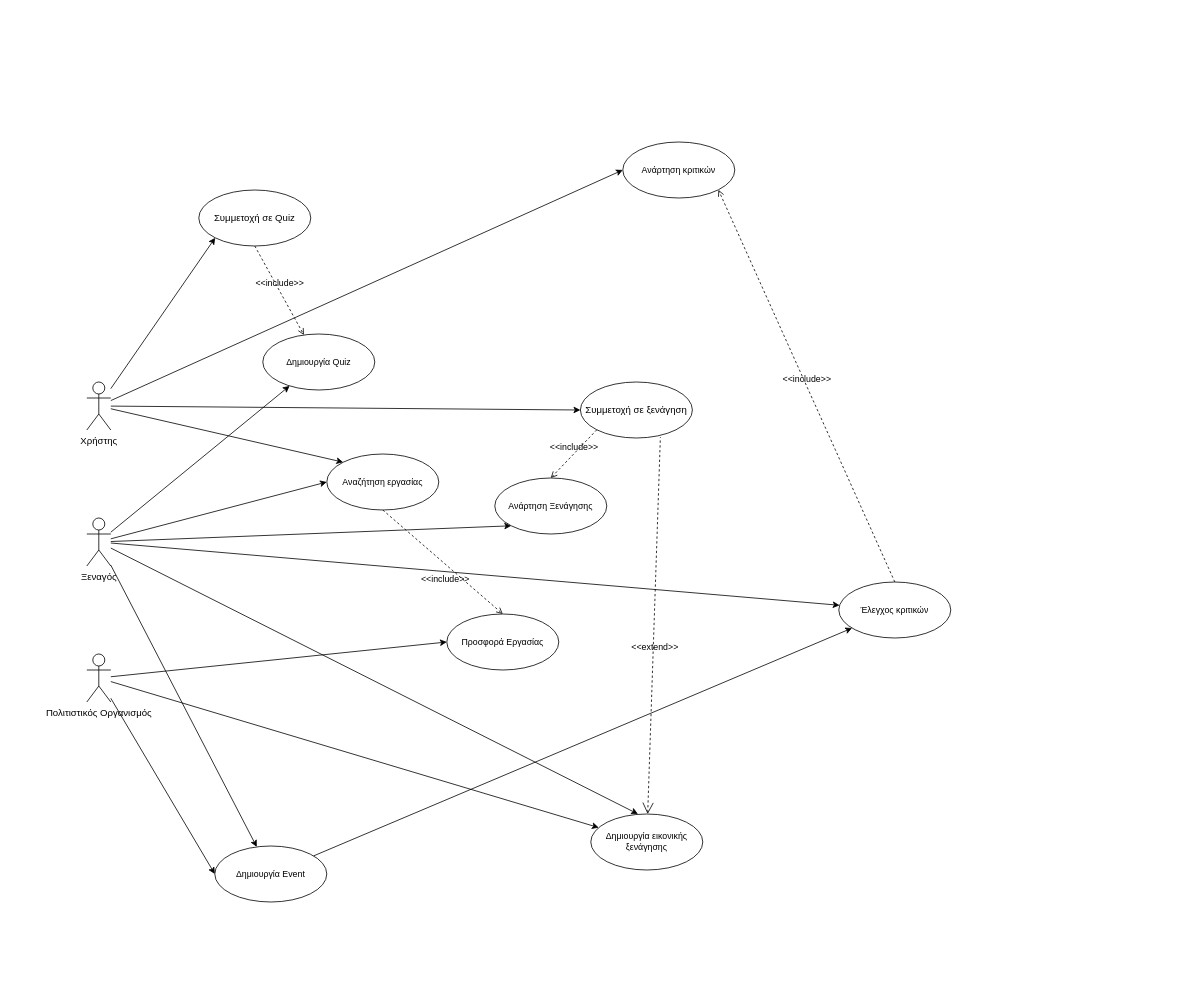
sfikastheo/CEID-SoftwareEngineering-2023 keeps this draw.io diagram as Phase-2/use-case-diagram.drawio. Above is the earlier version. Source tidied: cells renumbered, new cells numbered last; positions are measured from the earlier drawing's top-left corner, leaving out a move shared by most shapes. Both pictures are drawn from the tidied source at 80%, with x=0, y=0 at pixel (86, 142).
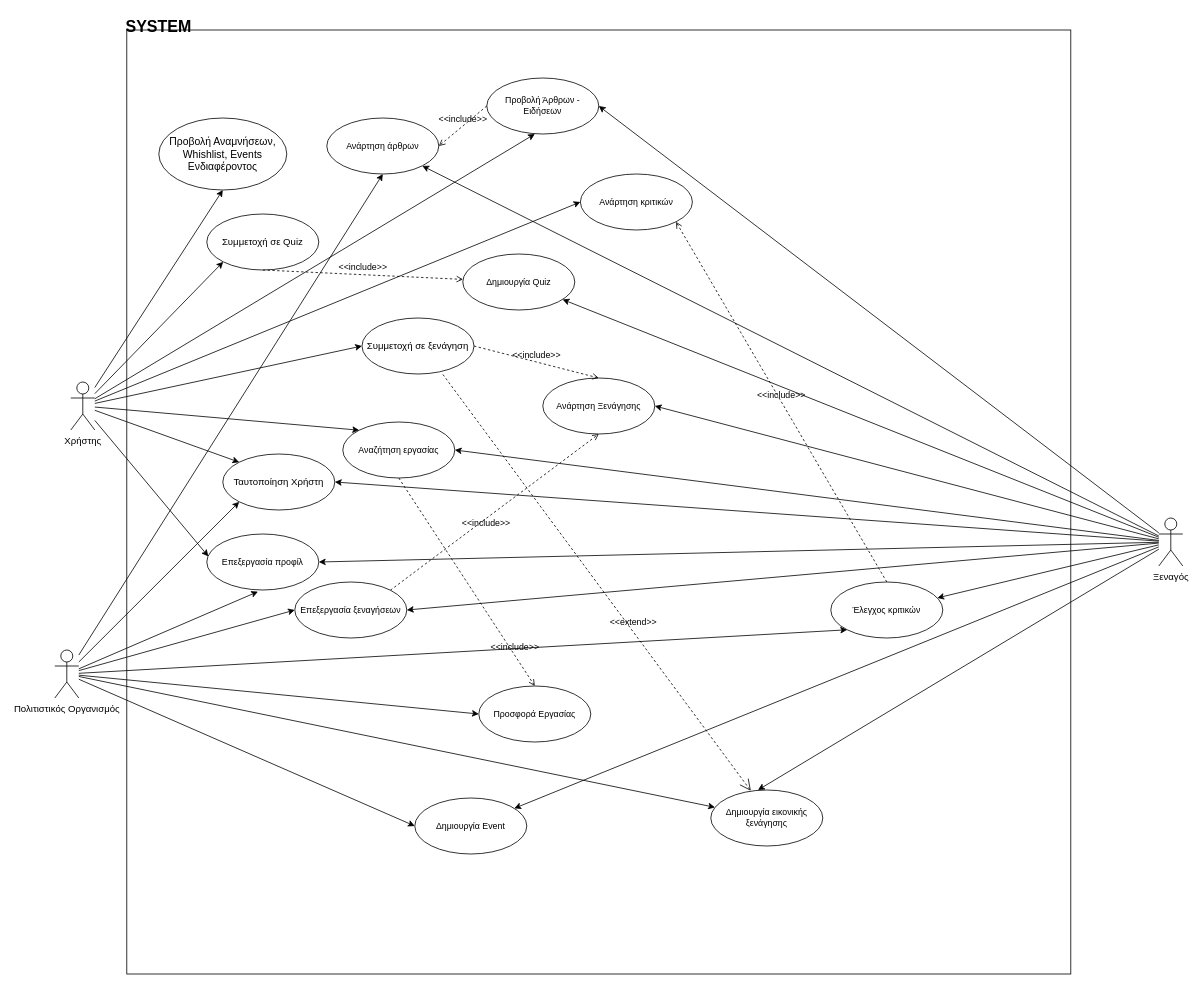
The same diagram, later.

Commit message:
Use case diagram raw

Diff of the diagram source:
```diff
@@
+    <mxCell id="35" style="whiteSpace=wrap;html=1;fontFamily=Helvetica;fontSize=11;fontColor=default;" parent="1" vertex="1">
+      <mxGeometry x="50" y="-140" width="1180" height="1180" as="geometry" />
+    </mxCell>
@@
+    <mxCell id="36" style="rounded=0;jettySize=auto;html=1;entryX=0;entryY=0;entryDx=0;entryDy=0;" parent="1" edge="1" source="6" target="50">
+      <mxGeometry relative="1" as="geometry" />
+    </mxCell>
+    <mxCell id="37" style="edgeStyle=none;shape=connector;rounded=0;jettySize=auto;html=1;entryX=0.014;entryY=0.4;entryDx=0;entryDy=0;entryPerimeter=0;labelBackgroundColor=default;strokeColor=default;fontFamily=Helvetica;fontSize=11;fontColor=default;endArrow=classic;" parent="1" edge="1" source="6" target="51">
+      <mxGeometry relative="1" as="geometry" />
+    </mxCell>
+    <mxCell id="38" style="edgeStyle=none;shape=connector;rounded=0;jettySize=auto;html=1;entryX=0.5;entryY=1;entryDx=0;entryDy=0;labelBackgroundColor=default;strokeColor=default;fontFamily=Helvetica;fontSize=11;fontColor=default;endArrow=classic;" parent="1" edge="1" source="6" target="52">
+      <mxGeometry relative="1" as="geometry" />
+    </mxCell>
+    <mxCell id="39" style="edgeStyle=none;shape=connector;rounded=0;jettySize=auto;html=1;entryX=0.429;entryY=1;entryDx=0;entryDy=0;labelBackgroundColor=default;strokeColor=default;fontFamily=Helvetica;fontSize=11;fontColor=default;endArrow=classic;entryPerimeter=0;" parent="1" edge="1" source="6" target="55">
+      <mxGeometry relative="1" as="geometry" />
+    </mxCell>
     <mxCell id="6" value="Χρήστης" style="shape=umlActor;verticalLabelPosition=bottom;verticalAlign=top;html=1;outlineConnect=0;" parent="1" vertex="1">
-      <mxGeometry y="300" width="30" height="60" as="geometry" />
+      <mxGeometry x="-20" y="300" width="30" height="60" as="geometry" />
     </mxCell>
-    <mxCell id="7" style="edgeStyle=none;shape=connector;rounded=0;jettySize=auto;html=1;entryX=0;entryY=0.5;entryDx=0;entryDy=0;labelBackgroundColor=default;strokeColor=default;fontFamily=Helvetica;fontSize=11;fontColor=default;endArrow=classic;" parent="1" edge="1" source="13" target="20">
+    <mxCell id="7" style="edgeStyle=none;shape=connector;rounded=0;jettySize=auto;html=1;entryX=1;entryY=0.5;entryDx=0;entryDy=0;labelBackgroundColor=default;strokeColor=default;fontFamily=Helvetica;fontSize=11;fontColor=default;endArrow=classic;" parent="1" edge="1" source="13" target="20">
       <mxGeometry relative="1" as="geometry" />
     </mxCell>
@@
-    <mxCell id="12" style="edgeStyle=none;shape=connector;rounded=0;jettySize=auto;html=1;entryX=0;entryY=1;entryDx=0;entryDy=0;labelBackgroundColor=default;strokeColor=default;fontFamily=Helvetica;fontSize=11;fontColor=default;endArrow=classic;" parent="1" edge="1" source="13" target="33">
+    <mxCell id="12" style="edgeStyle=none;shape=connector;rounded=0;jettySize=auto;html=1;entryX=1;entryY=0.5;entryDx=0;entryDy=0;labelBackgroundColor=default;strokeColor=default;fontFamily=Helvetica;fontSize=11;fontColor=default;endArrow=classic;" parent="1" edge="1" source="13" target="33">
       <mxGeometry relative="1" as="geometry" />
     </mxCell>
+    <mxCell id="40" style="edgeStyle=none;shape=connector;rounded=0;jettySize=auto;html=1;entryX=1;entryY=0.5;entryDx=0;entryDy=0;labelBackgroundColor=default;strokeColor=default;fontFamily=Helvetica;fontSize=11;fontColor=default;endArrow=classic;" parent="1" edge="1" source="13" target="50">
+      <mxGeometry relative="1" as="geometry" />
+    </mxCell>
+    <mxCell id="41" style="edgeStyle=none;shape=connector;rounded=0;jettySize=auto;html=1;entryX=1;entryY=0.5;entryDx=0;entryDy=0;labelBackgroundColor=default;strokeColor=default;fontFamily=Helvetica;fontSize=11;fontColor=default;endArrow=classic;" parent="1" edge="1" source="13" target="51">
+      <mxGeometry relative="1" as="geometry" />
+    </mxCell>
+    <mxCell id="42" style="edgeStyle=none;shape=connector;rounded=0;jettySize=auto;html=1;entryX=1;entryY=0.5;entryDx=0;entryDy=0;labelBackgroundColor=default;strokeColor=default;fontFamily=Helvetica;fontSize=11;fontColor=default;endArrow=classic;" parent="1" edge="1" source="13" target="53">
+      <mxGeometry relative="1" as="geometry" />
+    </mxCell>
+    <mxCell id="43" style="edgeStyle=none;shape=connector;rounded=0;jettySize=auto;html=1;entryX=1;entryY=0.5;entryDx=0;entryDy=0;labelBackgroundColor=default;strokeColor=default;fontFamily=Helvetica;fontSize=11;fontColor=default;endArrow=classic;" parent="1" edge="1" source="13" target="55">
+      <mxGeometry relative="1" as="geometry" />
+    </mxCell>
+    <mxCell id="44" style="edgeStyle=none;shape=connector;rounded=0;jettySize=auto;html=1;labelBackgroundColor=default;strokeColor=default;fontFamily=Helvetica;fontSize=11;fontColor=default;endArrow=classic;" parent="1" edge="1" source="13" target="56">
+      <mxGeometry relative="1" as="geometry" />
+    </mxCell>
     <mxCell id="13" value="Ξεναγός" style="shape=umlActor;verticalLabelPosition=bottom;verticalAlign=top;html=1;outlineConnect=0;" parent="1" vertex="1">
-      <mxGeometry y="470" width="30" height="60" as="geometry" />
+      <mxGeometry x="1340" y="470" width="30" height="60" as="geometry" />
     </mxCell>
@@
+    <mxCell id="45" style="edgeStyle=none;shape=connector;rounded=0;jettySize=auto;html=1;entryX=0;entryY=1;entryDx=0;entryDy=0;labelBackgroundColor=default;strokeColor=default;fontFamily=Helvetica;fontSize=11;fontColor=default;endArrow=classic;" parent="1" edge="1" source="17" target="50">
+      <mxGeometry relative="1" as="geometry" />
+    </mxCell>
+    <mxCell id="46" style="edgeStyle=none;shape=connector;rounded=0;jettySize=auto;html=1;entryX=0;entryY=1;entryDx=0;entryDy=0;labelBackgroundColor=default;strokeColor=default;fontFamily=Helvetica;fontSize=11;fontColor=default;endArrow=classic;" parent="1" edge="1" source="17" target="30">
+      <mxGeometry relative="1" as="geometry" />
+    </mxCell>
+    <mxCell id="47" style="edgeStyle=none;shape=connector;rounded=0;jettySize=auto;html=1;entryX=0.457;entryY=1.029;entryDx=0;entryDy=0;entryPerimeter=0;labelBackgroundColor=default;strokeColor=default;fontFamily=Helvetica;fontSize=11;fontColor=default;endArrow=classic;" parent="1" edge="1" source="17" target="51">
+      <mxGeometry relative="1" as="geometry" />
+    </mxCell>
+    <mxCell id="48" style="edgeStyle=none;shape=connector;rounded=0;jettySize=auto;html=1;entryX=0;entryY=0.5;entryDx=0;entryDy=0;labelBackgroundColor=default;strokeColor=default;fontFamily=Helvetica;fontSize=11;fontColor=default;endArrow=classic;" parent="1" edge="1" source="17" target="53">
+      <mxGeometry relative="1" as="geometry" />
+    </mxCell>
+    <mxCell id="49" style="edgeStyle=none;shape=connector;rounded=0;jettySize=auto;html=1;entryX=0.5;entryY=1;entryDx=0;entryDy=0;labelBackgroundColor=default;strokeColor=default;fontFamily=Helvetica;fontSize=11;fontColor=default;endArrow=classic;" parent="1" edge="1" source="17" target="56">
+      <mxGeometry relative="1" as="geometry" />
+    </mxCell>
     <mxCell id="17" value="&lt;div&gt;Πολιτιστικός Οργανισμός&lt;/div&gt;&lt;div&gt;&lt;br&gt;&lt;/div&gt;&lt;div&gt;&lt;br&gt;&lt;/div&gt;&lt;div&gt;&lt;br&gt;&lt;/div&gt;&lt;div&gt;&lt;br&gt;&lt;/div&gt;&lt;div&gt;&lt;br&gt;&lt;/div&gt;&lt;div&gt;&lt;br&gt;&lt;/div&gt;&lt;div&gt;&lt;br&gt;&lt;/div&gt;&lt;div&gt;&lt;br&gt;&lt;/div&gt;&lt;div&gt;&lt;br&gt;&lt;/div&gt;" style="shape=umlActor;verticalLabelPosition=bottom;verticalAlign=top;html=1;outlineConnect=0;" parent="1" vertex="1">
-      <mxGeometry y="640" width="30" height="60" as="geometry" />
+      <mxGeometry x="-40" y="635" width="30" height="60" as="geometry" />
     </mxCell>
     <mxCell id="18" value="Συμμετοχή σε ξενάγηση" style="ellipse;whiteSpace=wrap;html=1;" parent="1" vertex="1">
-      <mxGeometry x="617" y="300" width="140" height="70" as="geometry" />
+      <mxGeometry x="344" y="220" width="140" height="70" as="geometry" />
     </mxCell>
     <mxCell id="19" value="Συμμετοχή σε Quiz" style="ellipse;whiteSpace=wrap;html=1;" parent="1" vertex="1">
-      <mxGeometry x="140" y="60" width="140" height="70" as="geometry" />
+      <mxGeometry x="150" y="90" width="140" height="70" as="geometry" />
     </mxCell>
     <mxCell id="20" value="Αναζήτηση εργασίας" style="ellipse;whiteSpace=wrap;html=1;fontFamily=Helvetica;fontSize=11;fontColor=default;" parent="1" vertex="1">
-      <mxGeometry x="300" y="390" width="140" height="70" as="geometry" />
+      <mxGeometry x="320" y="350" width="140" height="70" as="geometry" />
     </mxCell>
     <mxCell id="21" value="Ανάρτηση κριτικών" style="ellipse;whiteSpace=wrap;html=1;fontFamily=Helvetica;fontSize=11;fontColor=default;" parent="1" vertex="1">
-      <mxGeometry x="670" width="140" height="70" as="geometry" />
+      <mxGeometry x="617" y="40" width="140" height="70" as="geometry" />
     </mxCell>
     <mxCell id="22" value="Δημιουργία εικονικής ξενάγησης" style="ellipse;whiteSpace=wrap;html=1;fontFamily=Helvetica;fontSize=11;fontColor=default;" parent="1" vertex="1">
-      <mxGeometry x="630" y="840" width="140" height="70" as="geometry" />
+      <mxGeometry x="780" y="810" width="140" height="70" as="geometry" />
     </mxCell>
-    <mxCell id="23" value="&amp;lt;&amp;lt;extend&amp;gt;&amp;gt;" style="edgeStyle=none;html=1;startArrow=open;endArrow=none;startSize=12;verticalAlign=bottom;dashed=1;labelBackgroundColor=none;rounded=0;strokeColor=default;fontFamily=Helvetica;fontSize=11;fontColor=default;shape=connector;entryX=0.714;entryY=0.986;entryDx=0;entryDy=0;entryPerimeter=0;" parent="1" edge="1" source="22" target="18">
-      <mxGeometry x="-0.15" y="-2" relative="1" as="geometry" />
+    <mxCell id="23" value="&amp;lt;&amp;lt;extend&amp;gt;&amp;gt;" style="edgeStyle=none;html=1;startArrow=open;endArrow=none;startSize=12;verticalAlign=bottom;dashed=1;labelBackgroundColor=none;rounded=0;strokeColor=default;fontFamily=Helvetica;fontSize=11;fontColor=default;shape=connector;entryX=0.714;entryY=0.986;entryDx=0;entryDy=0;entryPerimeter=0;exitX=0.357;exitY=0.014;exitDx=0;exitDy=0;exitPerimeter=0;" parent="1" edge="1" source="22" target="18">
+      <mxGeometry x="-0.23" y="-2" relative="1" as="geometry" />
     </mxCell>
-    <mxCell id="24" style="edgeStyle=none;shape=connector;rounded=0;jettySize=auto;html=1;labelBackgroundColor=default;strokeColor=default;fontFamily=Helvetica;fontSize=11;fontColor=default;endArrow=classic;" parent="1" edge="1" source="25" target="30">
-      <mxGeometry relative="1" as="geometry" />
-    </mxCell>
     <mxCell id="25" value="Δημιουργία Event" style="ellipse;whiteSpace=wrap;html=1;fontFamily=Helvetica;fontSize=11;fontColor=default;" parent="1" vertex="1">
-      <mxGeometry x="160" y="880" width="140" height="70" as="geometry" />
+      <mxGeometry x="410" y="820" width="140" height="70" as="geometry" />
     </mxCell>
     <mxCell id="26" value="Δημιουργία Quiz" style="ellipse;whiteSpace=wrap;html=1;fontFamily=Helvetica;fontSize=11;fontColor=default;" parent="1" vertex="1">
-      <mxGeometry x="220" y="240" width="140" height="70" as="geometry" />
+      <mxGeometry x="470" y="140" width="140" height="70" as="geometry" />
     </mxCell>
@@
     <mxCell id="28" value="Προσφορά Εργασίας" style="ellipse;whiteSpace=wrap;html=1;fontFamily=Helvetica;fontSize=11;fontColor=default;" parent="1" vertex="1">
-      <mxGeometry x="450" y="590" width="140" height="70" as="geometry" />
+      <mxGeometry x="490" y="680" width="140" height="70" as="geometry" />
     </mxCell>
     <mxCell id="29" value="&amp;lt;&amp;lt;include&amp;gt;&amp;gt;" style="edgeStyle=none;html=1;endArrow=open;verticalAlign=bottom;dashed=1;labelBackgroundColor=none;rounded=0;strokeColor=default;fontFamily=Helvetica;fontSize=11;fontColor=default;shape=connector;exitX=0.5;exitY=1;exitDx=0;exitDy=0;entryX=0.5;entryY=0;entryDx=0;entryDy=0;" parent="1" edge="1" source="20" target="28">
-      <mxGeometry x="0.23" y="-21" relative="1" as="geometry" />
+      <mxGeometry x="0.7" y="1" relative="1" as="geometry" />
     </mxCell>
     <mxCell id="30" value="Έλεγχος κριτικών" style="ellipse;whiteSpace=wrap;html=1;fontFamily=Helvetica;fontSize=11;fontColor=default;" parent="1" vertex="1">
-      <mxGeometry x="940" y="550" width="140" height="70" as="geometry" />
+      <mxGeometry x="930" y="550" width="140" height="70" as="geometry" />
     </mxCell>
@@
     <mxCell id="33" value="Ανάρτηση Ξενάγησης" style="ellipse;whiteSpace=wrap;html=1;fontFamily=Helvetica;fontSize=11;fontColor=default;" parent="1" vertex="1">
-      <mxGeometry x="510" y="420" width="140" height="70" as="geometry" />
+      <mxGeometry x="570" y="295" width="140" height="70" as="geometry" />
     </mxCell>
-    <mxCell id="34" value="&amp;lt;&amp;lt;include&amp;gt;&amp;gt;" style="edgeStyle=none;html=1;endArrow=open;verticalAlign=bottom;dashed=1;labelBackgroundColor=none;rounded=0;strokeColor=default;fontFamily=Helvetica;fontSize=11;fontColor=default;shape=connector;exitX=0;exitY=1;exitDx=0;exitDy=0;entryX=0.5;entryY=0;entryDx=0;entryDy=0;" parent="1" edge="1" source="18" target="33">
+    <mxCell id="34" value="&amp;lt;&amp;lt;include&amp;gt;&amp;gt;" style="edgeStyle=none;html=1;endArrow=open;verticalAlign=bottom;dashed=1;labelBackgroundColor=none;rounded=0;strokeColor=default;fontFamily=Helvetica;fontSize=11;fontColor=default;shape=connector;exitX=1;exitY=0.5;exitDx=0;exitDy=0;entryX=0.5;entryY=0;entryDx=0;entryDy=0;" parent="1" edge="1" source="18" target="33">
       <mxGeometry relative="1" as="geometry" />
     </mxCell>
+    <mxCell id="50" value="Ταυτοποίηση Χρήστη" style="ellipse;whiteSpace=wrap;html=1;" parent="1" vertex="1">
+      <mxGeometry x="170" y="390" width="140" height="70" as="geometry" />
+    </mxCell>
+    <mxCell id="51" value="Επεξεργασία προφίλ" style="ellipse;whiteSpace=wrap;html=1;fontFamily=Helvetica;fontSize=11;fontColor=default;" parent="1" vertex="1">
+      <mxGeometry x="150" y="490" width="140" height="70" as="geometry" />
+    </mxCell>
+    <mxCell id="52" value="&lt;p style=&quot;font-size: 13px;&quot;&gt;Προβολή Αναμνήσεων, Whishlist, Events Ενδιαφέροντος&lt;br&gt;&lt;/p&gt;" style="ellipse;whiteSpace=wrap;html=1;fontFamily=Helvetica;fontSize=11;fontColor=default;" parent="1" vertex="1">
+      <mxGeometry x="90" y="-30" width="160" height="90" as="geometry" />
+    </mxCell>
+    <mxCell id="53" value="Επεξεργασία ξεναγήσεων" style="ellipse;whiteSpace=wrap;html=1;fontFamily=Helvetica;fontSize=11;fontColor=default;" parent="1" vertex="1">
+      <mxGeometry x="260" y="550" width="140" height="70" as="geometry" />
+    </mxCell>
+    <mxCell id="54" value="&amp;lt;&amp;lt;include&amp;gt;&amp;gt;" style="edgeStyle=none;html=1;endArrow=open;verticalAlign=bottom;dashed=1;labelBackgroundColor=none;rounded=0;strokeColor=default;fontFamily=Helvetica;fontSize=11;fontColor=default;shape=connector;exitX=1;exitY=0;exitDx=0;exitDy=0;entryX=0.5;entryY=1;entryDx=0;entryDy=0;" parent="1" edge="1" source="53" target="33">
+      <mxGeometry x="-0.14" y="-12" relative="1" as="geometry" />
+    </mxCell>
+    <mxCell id="55" value="Προβολή Άρθρων - Ειδήσεων" style="ellipse;whiteSpace=wrap;html=1;fontFamily=Helvetica;fontSize=11;fontColor=default;" parent="1" vertex="1">
+      <mxGeometry x="500" y="-80" width="140" height="70" as="geometry" />
+    </mxCell>
+    <mxCell id="56" value="Ανάρτηση άρθρων" style="ellipse;whiteSpace=wrap;html=1;fontFamily=Helvetica;fontSize=11;fontColor=default;" parent="1" vertex="1">
+      <mxGeometry x="300" y="-30" width="140" height="70" as="geometry" />
+    </mxCell>
+    <mxCell id="57" value="&amp;lt;&amp;lt;include&amp;gt;&amp;gt;" style="edgeStyle=none;html=1;endArrow=open;verticalAlign=bottom;dashed=1;labelBackgroundColor=none;rounded=0;strokeColor=default;fontFamily=Helvetica;fontSize=11;fontColor=default;shape=connector;exitX=0;exitY=0.5;exitDx=0;exitDy=0;entryX=1;entryY=0.5;entryDx=0;entryDy=0;" parent="1" edge="1" source="55" target="56">
+      <mxGeometry relative="1" as="geometry" />
+    </mxCell>
+    <mxCell id="58" value="&lt;font size=&quot;1&quot;&gt;&lt;b style=&quot;font-size: 20px;&quot;&gt;SYSTEM&lt;/b&gt;&lt;/font&gt;" style="text;html=1;strokeColor=none;fillColor=none;align=center;verticalAlign=middle;whiteSpace=wrap;rounded=0;fontSize=11;fontFamily=Helvetica;fontColor=default;" parent="1" vertex="1">
+      <mxGeometry x="60" y="-160" width="60" height="30" as="geometry" />
+    </mxCell>
```
